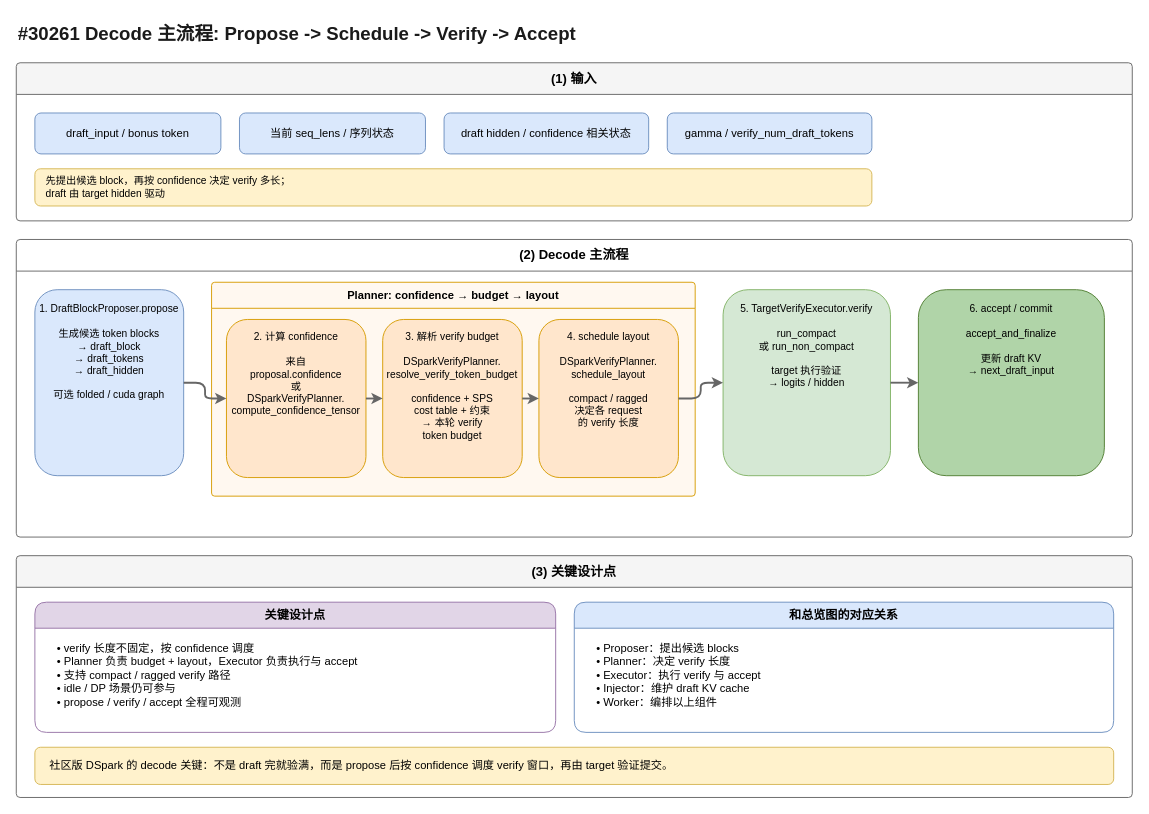
Earlier version of the draw.io diagram artifacts/dspark-decode-main-flow.drawio (learning-sketch/drawio-skill). Source tidied: cells renumbered, new cells numbered last; positions are measured from the earlier drawing's top-left corner, leaving out a move shared by most shapes. Both pictures are drawn from the tidied source at 93%, with x=0, y=0 at pixel (16, 16).
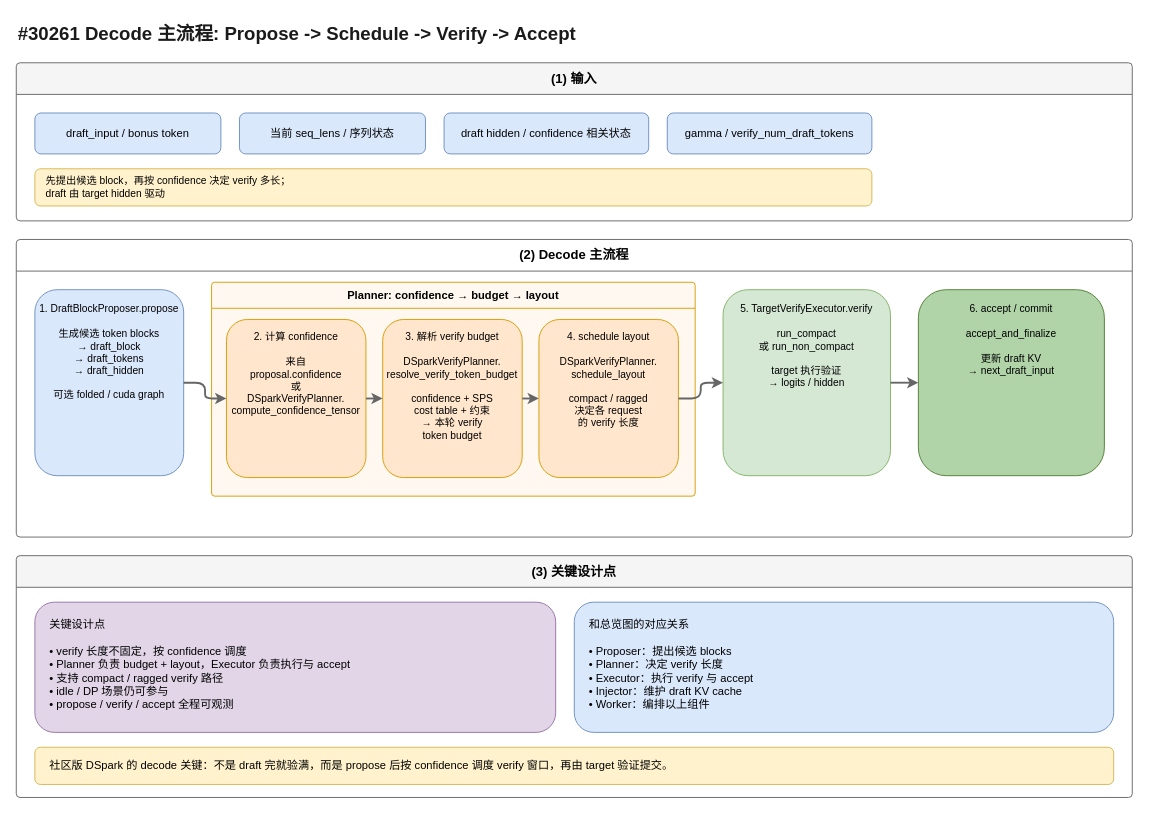
The same page after the edit.

The change refers to these unchanged cells:
```xml
<mxCell id="22" value="(3) 关键设计点" style="swimlane;startSize=34;fillColor=#f5f5f5;strokeColor=#666666;fontStyle=1;fontSize=14;rounded=1;arcSize=4;whiteSpace=wrap;html=1;" parent="1" vertex="1">
  <mxGeometry y="580" width="1200" height="260" as="geometry" />
</mxCell>
```

Diff of the diagram source:
```diff
@@
-    <mxCell id="23" value="关键设计点" style="swimlane;startSize=28;fillColor=#e1d5e7;strokeColor=#9673a6;fontStyle=1;fontSize=13;rounded=1;whiteSpace=wrap;html=1;" parent="22" vertex="1">
+    <mxCell id="23" value="关键设计点&#10;&#10;• verify 长度不固定，按 confidence 调度&#10;• Planner 负责 budget + layout，Executor 负责执行与 accept&#10;• 支持 compact / ragged verify 路径&#10;• idle / DP 场景仍可参与&#10;• propose / verify / accept 全程可观测" style="rounded=1;whiteSpace=wrap;html=1;fillColor=#e1d5e7;strokeColor=#9673a6;fontStyle=0;fontSize=12;align=left;verticalAlign=top;spacingLeft=14;spacingTop=10;" parent="22" vertex="1">
       <mxGeometry x="20" y="50" width="560" height="140" as="geometry" />
     </mxCell>
-    <mxCell id="24" value="• verify 长度不固定，按 confidence 调度&#10;• Planner 负责 budget + layout，Executor 负责执行与 accept&#10;• 支持 compact / ragged verify 路径&#10;• idle / DP 场景仍可参与&#10;• propose / verify / accept 全程可观测" style="text;html=1;align=left;verticalAlign=top;spacingLeft=10;fontSize=12;whiteSpace=wrap;" parent="23" vertex="1">
-      <mxGeometry x="12" y="36" width="536" height="92" as="geometry" />
-    </mxCell>
-    <mxCell id="25" value="和总览图的对应关系" style="swimlane;startSize=28;fillColor=#dae8fc;strokeColor=#6c8ebf;fontStyle=1;fontSize=13;rounded=1;whiteSpace=wrap;html=1;" parent="22" vertex="1">
+    <mxCell id="25" value="和总览图的对应关系&#10;&#10;• Proposer：提出候选 blocks&#10;• Planner：决定 verify 长度&#10;• Executor：执行 verify 与 accept&#10;• Injector：维护 draft KV cache&#10;• Worker：编排以上组件" style="rounded=1;whiteSpace=wrap;html=1;fillColor=#dae8fc;strokeColor=#6c8ebf;fontStyle=0;fontSize=12;align=left;verticalAlign=top;spacingLeft=14;spacingTop=10;" parent="22" vertex="1">
       <mxGeometry x="600" y="50" width="580" height="140" as="geometry" />
     </mxCell>
-    <mxCell id="26" value="• Proposer：提出候选 blocks&#10;• Planner：决定 verify 长度&#10;• Executor：执行 verify 与 accept&#10;• Injector：维护 draft KV cache&#10;• Worker：编排以上组件" style="text;html=1;align=left;verticalAlign=top;spacingLeft=10;fontSize=12;whiteSpace=wrap;" parent="25" vertex="1">
-      <mxGeometry x="12" y="36" width="556" height="92" as="geometry" />
-    </mxCell>
```
